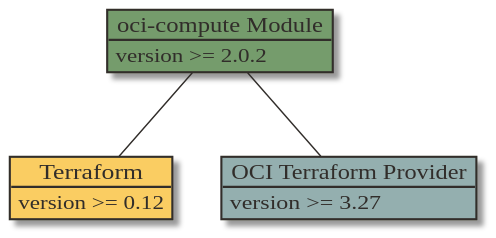
Above: docs/diagrams/versions.svg in oracle-terraform-modules/terraform-oci-compute-instance (PlantUML), before the change.
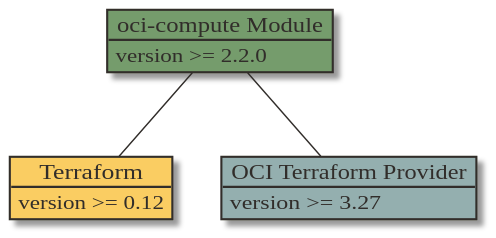
After the change.

Diff of the diagram source:
```diff
@@ -24,7 +24,7 @@
 }
 
 object "oci-compute Module" as tfmodule #759C6C {
-    version >= 2.0.2
+    version >= 2.2.0
 }
 
 tfmodule -d- tfprovider
```
